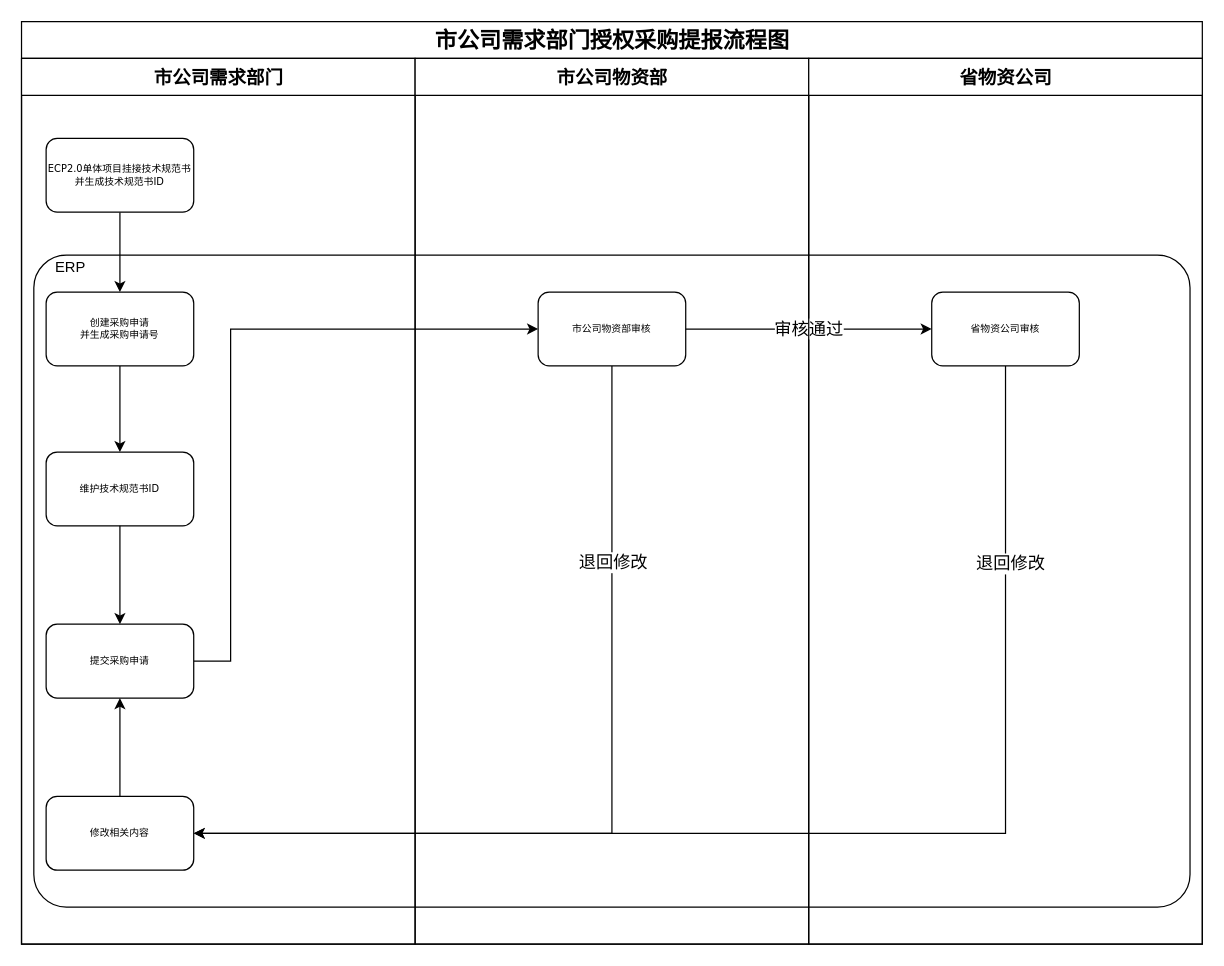
This is 市公司提报流程.drawio from KongValley/hugo, a draw.io file, before an edit. Source tidied: cells renumbered, new cells numbered last; positions are measured from the earlier drawing's top-left corner, leaving out a move shared by most shapes. Both pictures are drawn from the tidied source at 123%, with x=0, y=0 at pixel (21, 21).
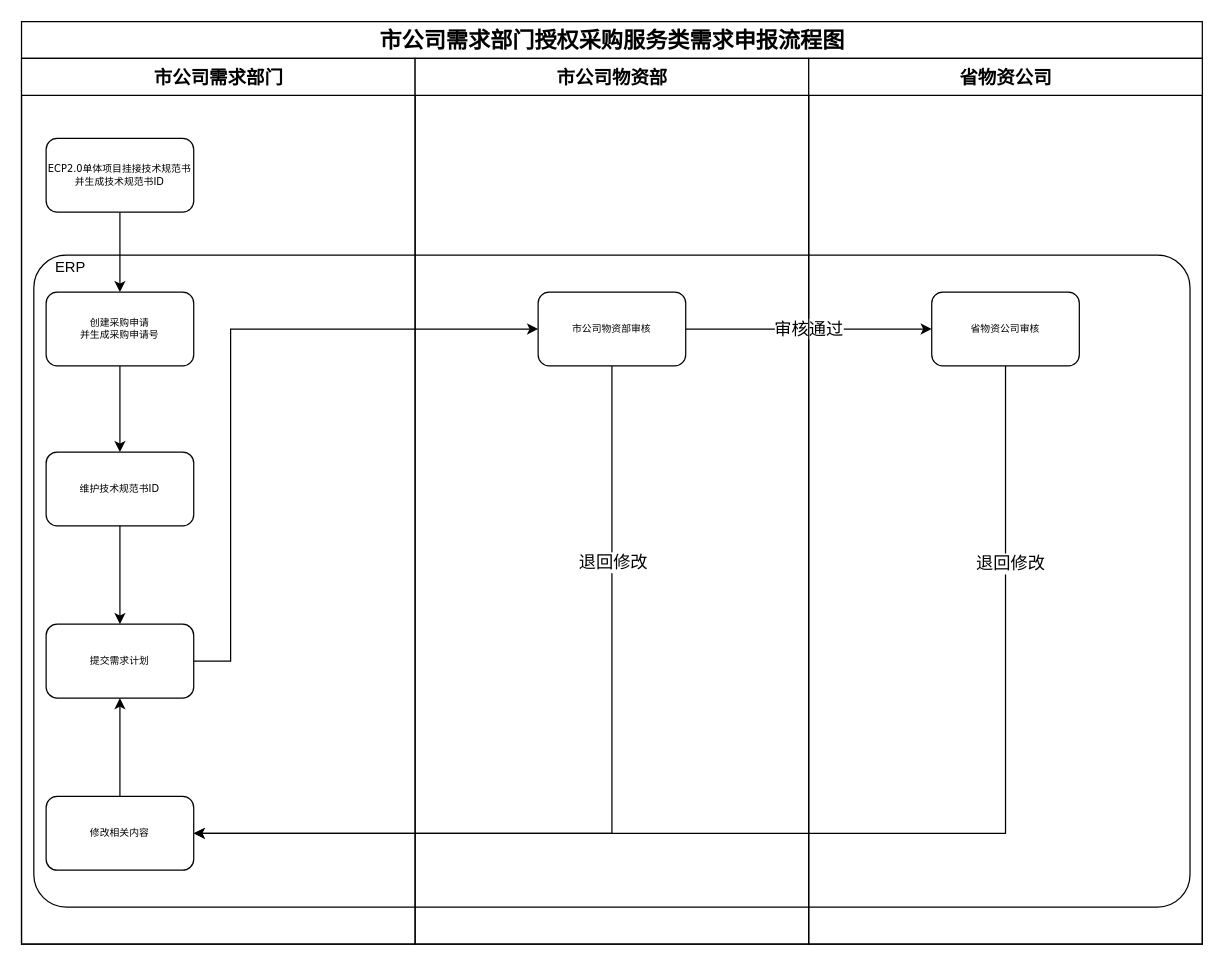
Above is the later version.

Commit message:
Update 市公司提报流程.drawio

The edit, as a diff of the source:
```diff
@@
-    <mxCell id="3" value="&lt;font style=&quot;font-size: 18px&quot;&gt;市公司需求部门授权采购提报流程图&lt;/font&gt;" style="swimlane;html=1;startSize=30;rounded=0;shadow=0;labelBackgroundColor=none;strokeWidth=1;fontFamily=Verdana;fontSize=18;align=center;" parent="1" vertex="1">
+    <mxCell id="3" value="&lt;font style=&quot;font-size: 18px&quot;&gt;市公司需求部门授权采购服务类需求申报流程图&lt;/font&gt;" style="swimlane;html=1;startSize=30;rounded=0;shadow=0;labelBackgroundColor=none;strokeWidth=1;fontFamily=Verdana;fontSize=18;align=center;" parent="1" vertex="1">
       <mxGeometry width="960" height="750" as="geometry" />
     </mxCell>
@@
-    <mxCell id="16" value="提交采购申请" style="whiteSpace=wrap;html=1;rounded=1;shadow=0;fontFamily=Verdana;fontSize=8;strokeWidth=1;" parent="1" vertex="1">
+    <mxCell id="16" value="提交需求计划" style="whiteSpace=wrap;html=1;rounded=1;shadow=0;fontFamily=Verdana;fontSize=8;strokeWidth=1;" parent="1" vertex="1">
       <mxGeometry x="20" y="490" width="120" height="60" as="geometry" />
     </mxCell>
```
